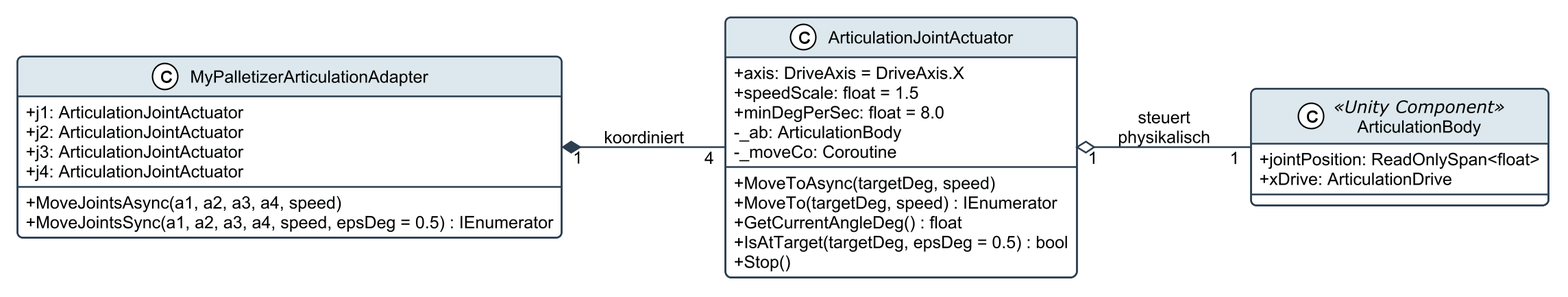
Above: docs/asciidoc/images/05_actuators_l3.png in Stonehouse1703/DigitalTwin-for-MyPalletizer-260-M5-UnityVersion (PlantUML), before the change. Its source is kept beside it as docs/asciidoc/diagrams/05_actuators_l3.puml.
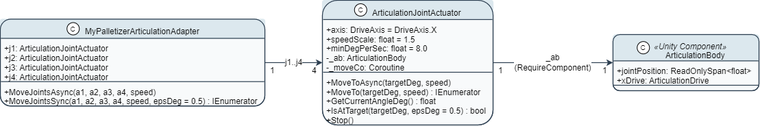
The same file after the commit.

What changed in the source:
```diff
@@ -33,7 +33,7 @@
     + xDrive: ArticulationDrive
 }
 
-MyPalletizerArticulationAdapter "1" *-- "4" ArticulationJointActuator : koordiniert
-ArticulationJointActuator "1" o-- "1" ArticulationBody : steuert physikalisch
+MyPalletizerArticulationAdapter "1" --> "4" ArticulationJointActuator : j1..j4
+ArticulationJointActuator "1" --> "1" ArticulationBody : _ab (RequireComponent)
 
 @enduml
```
